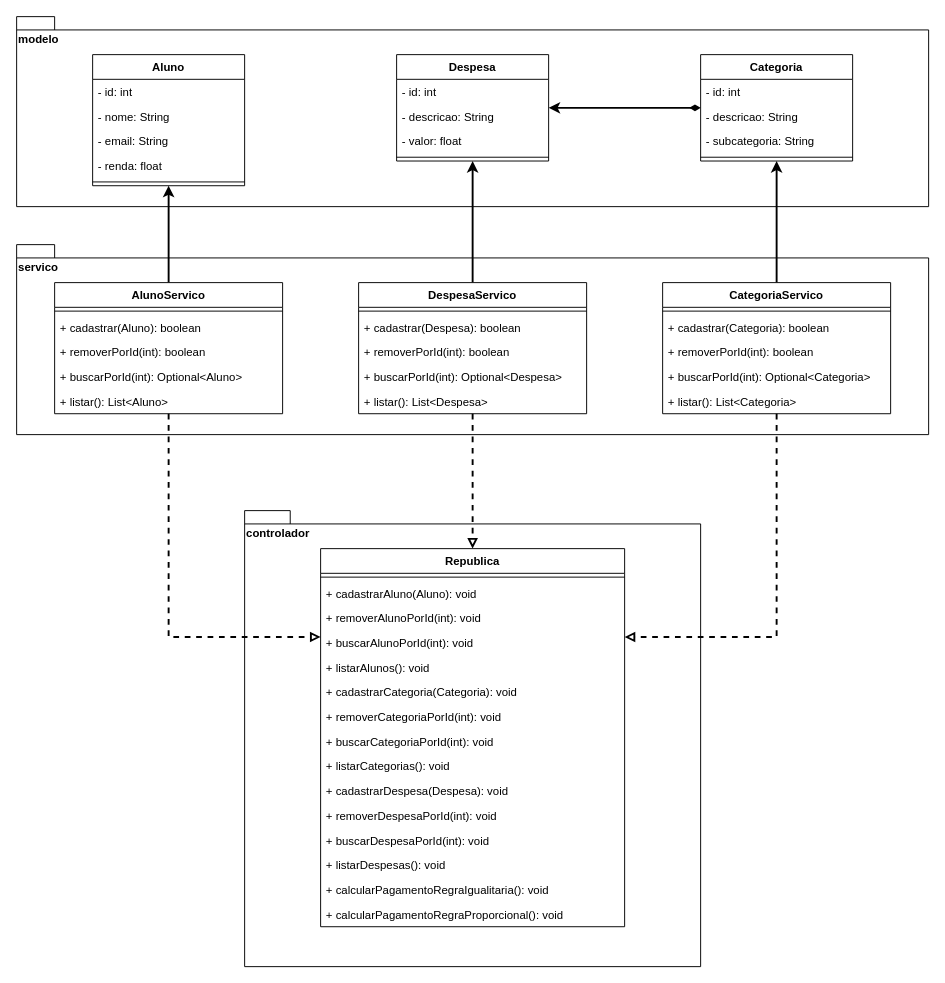
freitasc/TP_OO_Turma158---Grupo-6 keeps this draw.io diagram as UML.drawio. Above is the earlier version. Source tidied: cells renumbered, new cells numbered last; positions are measured from the earlier drawing's top-left corner, leaving out a move shared by most shapes. Both pictures are drawn from the tidied source at 95%, with x=0, y=0 at pixel (16, 16).
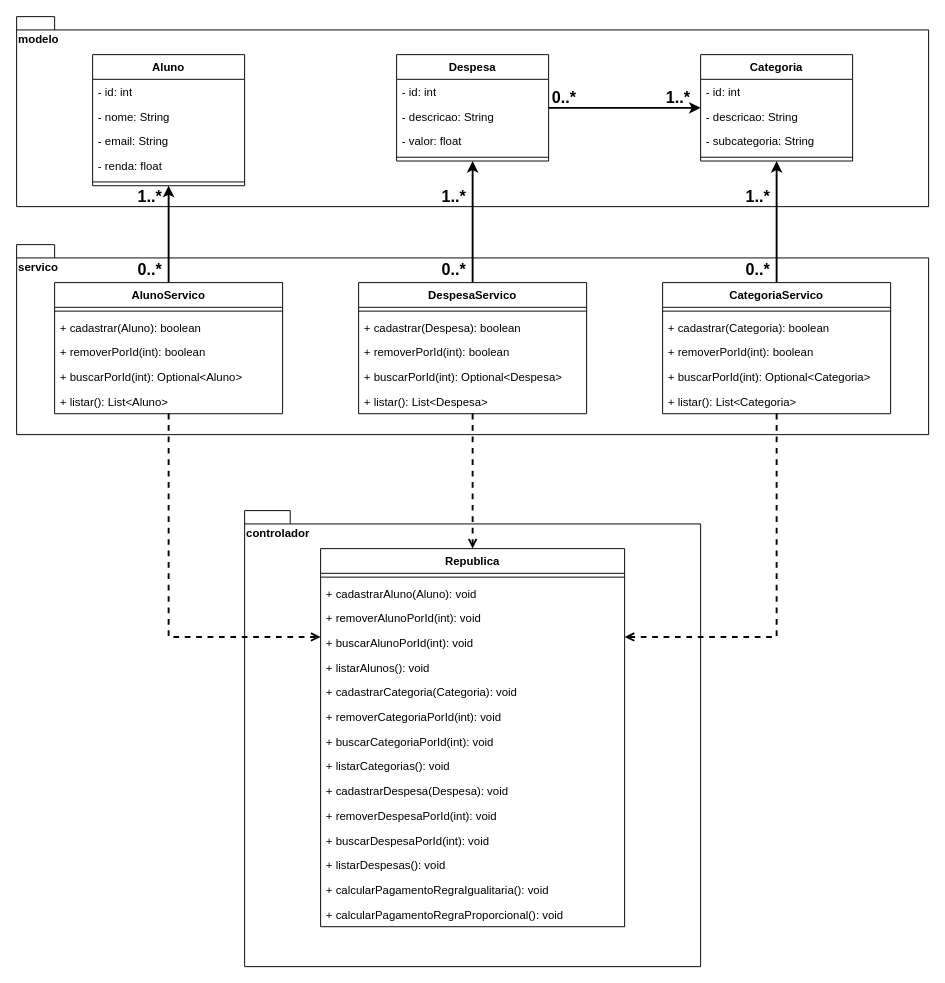
The same diagram, later.

Unchanged cells that the change refers to:
```xml
<mxCell id="12" value="Categoria" style="swimlane;fontStyle=1;align=center;verticalAlign=top;horizontal=1;startSize=26;" parent="1" vertex="1">
  <mxGeometry x="720" y="40" width="160" height="112" as="geometry" />
</mxCell>
<mxCell id="17" value="Despesa" style="swimlane;fontStyle=1;align=center;verticalAlign=top;horizontal=1;startSize=26;" parent="1" vertex="1">
  <mxGeometry x="400" y="40" width="160" height="112" as="geometry" />
</mxCell>
<mxCell id="24" value="AlunoServico" style="swimlane;fontStyle=1;align=center;verticalAlign=top;horizontal=1;startSize=26;" parent="1" vertex="1">
  <mxGeometry x="40" y="280" width="240" height="138" as="geometry" />
</mxCell>
<mxCell id="32" value="CategoriaServico" style="swimlane;fontStyle=1;align=center;verticalAlign=top;horizontal=1;startSize=26;" parent="1" vertex="1">
  <mxGeometry x="680" y="280" width="240" height="138" as="geometry" />
</mxCell>
<mxCell id="40" value="DespesaServico" style="swimlane;fontStyle=1;align=center;verticalAlign=top;horizontal=1;startSize=26;" parent="1" vertex="1">
  <mxGeometry x="360" y="280" width="240" height="138" as="geometry" />
</mxCell>
<mxCell id="46" value="Republica" style="swimlane;fontStyle=1;align=center;verticalAlign=top;horizontal=1;startSize=26;" parent="1" vertex="1">
  <mxGeometry x="320" y="560" width="320" height="398" as="geometry" />
</mxCell>
```

What changed in the source:
```diff
@@
-    <mxCell id="11" style="edgeStyle=orthogonalEdgeStyle;rounded=0;jettySize=auto;html=1;strokeColor=default;startArrow=diamondThin;startFill=1;strokeWidth=2;targetPerimeterSpacing=0;" parent="1" edge="1" source="12" target="17">
+    <mxCell id="11" style="edgeStyle=orthogonalEdgeStyle;rounded=0;jettySize=auto;html=1;strokeColor=default;startArrow=classic;startFill=1;strokeWidth=2;targetPerimeterSpacing=0;endArrow=none;endFill=0;" parent="1" edge="1" source="12" target="17">
       <mxGeometry relative="1" as="geometry" />
     </mxCell>
@@
-    <mxCell id="23" style="edgeStyle=orthogonalEdgeStyle;rounded=0;jettySize=auto;html=1;startArrow=none;startFill=0;targetPerimeterSpacing=0;strokeColor=default;strokeWidth=2;dashed=1;endArrow=block;endFill=0;" parent="1" edge="1" source="24" target="46">
+    <mxCell id="23" style="edgeStyle=orthogonalEdgeStyle;rounded=0;jettySize=auto;html=1;startArrow=none;startFill=0;targetPerimeterSpacing=0;strokeColor=default;strokeWidth=2;dashed=1;endArrow=open;endFill=0;" parent="1" edge="1" source="24" target="46">
       <mxGeometry relative="1" as="geometry">
         <Array as="points">
           <mxPoint x="160" y="653" />
         </Array>
       </mxGeometry>
     </mxCell>
@@
-    <mxCell id="31" style="edgeStyle=orthogonalEdgeStyle;rounded=0;jettySize=auto;html=1;dashed=1;startArrow=none;startFill=0;endArrow=block;endFill=0;targetPerimeterSpacing=0;strokeColor=default;strokeWidth=2;" parent="1" edge="1" source="32" target="46">
+    <mxCell id="31" style="edgeStyle=orthogonalEdgeStyle;rounded=0;jettySize=auto;html=1;dashed=1;startArrow=none;startFill=0;endArrow=open;endFill=0;targetPerimeterSpacing=0;strokeColor=default;strokeWidth=2;" parent="1" edge="1" source="32" target="46">
       <mxGeometry relative="1" as="geometry">
         <Array as="points">
           <mxPoint x="800" y="653" />
         </Array>
       </mxGeometry>
     </mxCell>
@@
-    <mxCell id="39" style="edgeStyle=orthogonalEdgeStyle;rounded=0;jettySize=auto;html=1;dashed=1;startArrow=none;startFill=0;endArrow=block;endFill=0;targetPerimeterSpacing=0;strokeColor=default;strokeWidth=2;" parent="1" edge="1" source="40" target="46">
+    <mxCell id="39" style="edgeStyle=orthogonalEdgeStyle;rounded=0;jettySize=auto;html=1;dashed=1;startArrow=none;startFill=0;endArrow=open;endFill=0;targetPerimeterSpacing=0;strokeColor=default;strokeWidth=2;" parent="1" edge="1" source="40" target="46">
       <mxGeometry relative="1" as="geometry" />
     </mxCell>
@@
+    <mxCell id="62" value="&lt;font style=&quot;font-size: 17px&quot;&gt;0..*&lt;/font&gt;" style="text;strokeColor=none;fillColor=none;html=1;fontSize=24;fontStyle=1;verticalAlign=middle;align=center;" parent="1" vertex="1">
+      <mxGeometry x="541" y="68" width="70" height="30" as="geometry" />
+    </mxCell>
+    <mxCell id="63" value="&lt;font style=&quot;font-size: 17px&quot;&gt;1..*&lt;/font&gt;" style="text;strokeColor=none;fillColor=none;html=1;fontSize=24;fontStyle=1;verticalAlign=middle;align=center;" parent="1" vertex="1">
+      <mxGeometry x="661" y="68" width="70" height="30" as="geometry" />
+    </mxCell>
+    <mxCell id="64" value="&lt;font style=&quot;font-size: 17px&quot;&gt;0..*&lt;/font&gt;" style="text;strokeColor=none;fillColor=none;html=1;fontSize=24;fontStyle=1;verticalAlign=middle;align=center;" parent="1" vertex="1">
+      <mxGeometry x="110" y="250" width="60" height="30" as="geometry" />
+    </mxCell>
+    <mxCell id="65" value="&lt;font style=&quot;font-size: 17px&quot;&gt;1..*&lt;/font&gt;" style="text;strokeColor=none;fillColor=none;html=1;fontSize=24;fontStyle=1;verticalAlign=middle;align=center;" parent="1" vertex="1">
+      <mxGeometry x="110" y="173" width="60" height="30" as="geometry" />
+    </mxCell>
+    <mxCell id="66" value="&lt;font style=&quot;font-size: 17px&quot;&gt;0..*&lt;/font&gt;" style="text;strokeColor=none;fillColor=none;html=1;fontSize=24;fontStyle=1;verticalAlign=middle;align=center;" parent="1" vertex="1">
+      <mxGeometry x="430" y="250" width="60" height="30" as="geometry" />
+    </mxCell>
+    <mxCell id="67" value="&lt;font style=&quot;font-size: 17px&quot;&gt;1..*&lt;/font&gt;" style="text;strokeColor=none;fillColor=none;html=1;fontSize=24;fontStyle=1;verticalAlign=middle;align=center;" parent="1" vertex="1">
+      <mxGeometry x="430" y="173" width="60" height="30" as="geometry" />
+    </mxCell>
+    <mxCell id="68" value="&lt;font style=&quot;font-size: 17px&quot;&gt;0..*&lt;/font&gt;" style="text;strokeColor=none;fillColor=none;html=1;fontSize=24;fontStyle=1;verticalAlign=middle;align=center;" parent="1" vertex="1">
+      <mxGeometry x="750" y="250" width="60" height="30" as="geometry" />
+    </mxCell>
+    <mxCell id="69" value="&lt;font style=&quot;font-size: 17px&quot;&gt;1..*&lt;/font&gt;" style="text;strokeColor=none;fillColor=none;html=1;fontSize=24;fontStyle=1;verticalAlign=middle;align=center;" parent="1" vertex="1">
+      <mxGeometry x="750" y="173" width="60" height="30" as="geometry" />
+    </mxCell>
```
